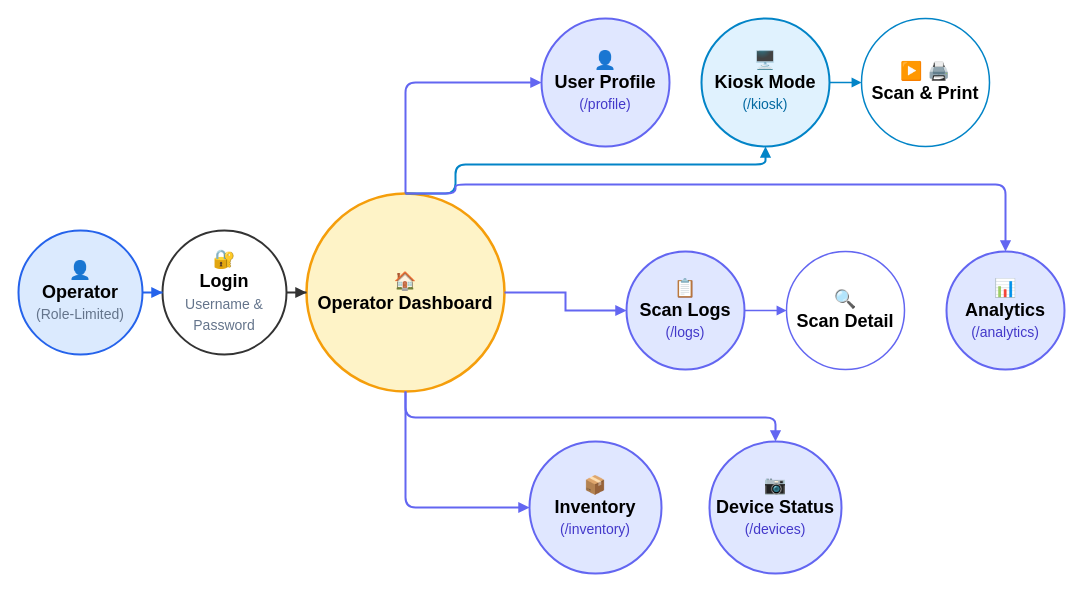
The draw.io diagram docs/bananavision-docs/docs/workflows/workflow_operator.drawio in BlackShark404/BananaVision, before the edit. Source tidied: cells renumbered, new cells numbered last; positions are measured from the earlier drawing's top-left corner, leaving out a move shared by most shapes. Both pictures are drawn from the tidied source at 100%, with x=0, y=0 at pixel (18, 18).
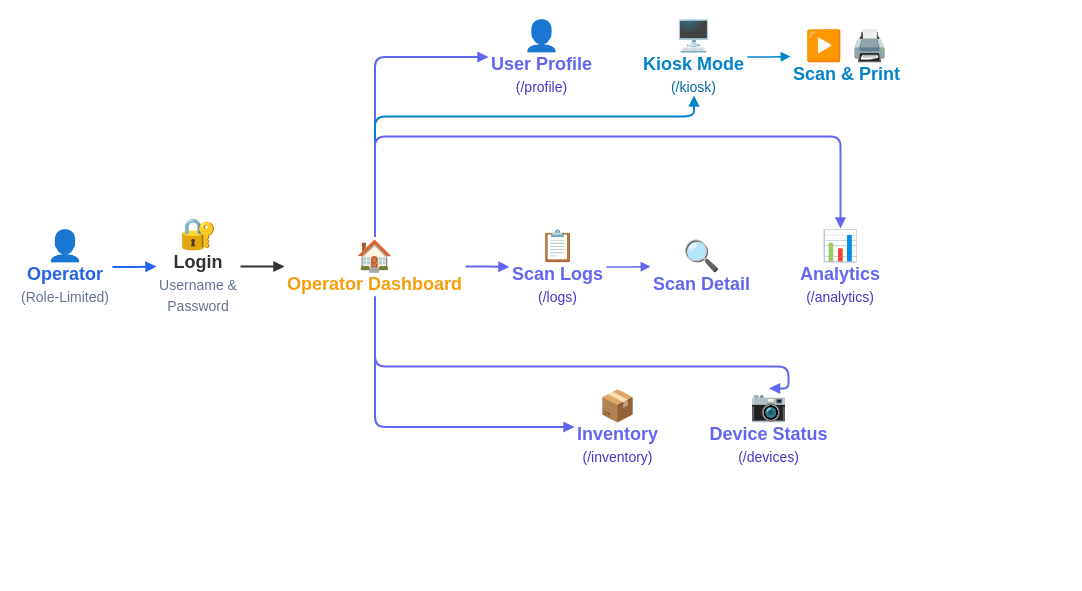
After the change.

Commit message (it also covers changes not shown here):
refactor: update workflow drawio diagrams and development decisions documentation

The edit, as a diff of the source:
```diff
@@
-    <mxCell id="2" value="👤&lt;br&gt;&lt;b&gt;Operator&lt;/b&gt;&lt;br&gt;&lt;font color=&quot;#64748b&quot; style=&quot;font-size: 14px;&quot;&gt;(Role-Limited)&lt;/font&gt;" style="ellipse;whiteSpace=wrap;html=1;fillColor=#dbeafe;strokeColor=#2563eb;strokeWidth=2;fontSize=18;spacing=2;" parent="1" vertex="1">
-      <mxGeometry y="212" width="124" height="124" as="geometry" />
+    <mxCell id="2" value="&lt;font style=&quot;font-size: 30px;&quot;&gt;👤&lt;/font&gt;&lt;br&gt;&lt;b&gt;Operator&lt;/b&gt;&lt;br&gt;&lt;font color=&quot;#64748b&quot; style=&quot;font-size: 14px;&quot;&gt;(Role-Limited)&lt;/font&gt;" style="text;html=1;align=center;verticalAlign=middle;whiteSpace=wrap;rounded=0;fontSize=18;fontColor=#2563eb;" parent="1" vertex="1">
+      <mxGeometry y="210" width="94" height="77" as="geometry" />
     </mxCell>
-    <mxCell id="3" value="🔐&lt;br&gt;&lt;b&gt;Login&lt;/b&gt;&lt;br&gt;&lt;font color=&quot;#64748b&quot; style=&quot;font-size: 14px;&quot;&gt;Username &amp;amp;&lt;br&gt;Password&lt;/font&gt;" style="ellipse;whiteSpace=wrap;html=1;fillColor=#ffffff;strokeColor=#333333;strokeWidth=2;fontSize=18;spacing=2;" parent="1" vertex="1">
-      <mxGeometry x="144" y="212" width="124" height="124" as="geometry" />
+    <mxCell id="3" value="&lt;font style=&quot;font-size: 30px;&quot;&gt;🔐&lt;/font&gt;&lt;br&gt;&lt;b&gt;Login&lt;/b&gt;&lt;br&gt;&lt;font color=&quot;#64748b&quot; style=&quot;font-size: 14px;&quot;&gt;Username &amp;amp;&lt;br&gt;Password&lt;/font&gt;" style="text;html=1;align=center;verticalAlign=middle;whiteSpace=wrap;rounded=0;fontSize=18;fontColor=#333333;" parent="1" vertex="1">
+      <mxGeometry x="138" y="199" width="84" height="98" as="geometry" />
     </mxCell>
-    <mxCell id="4" value="🏠&lt;br&gt;&lt;b&gt;Operator Dashboard&lt;/b&gt;" style="ellipse;whiteSpace=wrap;html=1;fillColor=#fef3c7;strokeColor=#f59e0b;strokeWidth=2.5;fontSize=18;spacing=3;" parent="1" vertex="1">
-      <mxGeometry x="288" y="175" width="198" height="198" as="geometry" />
+    <mxCell id="4" value="&lt;font style=&quot;font-size: 30px;&quot;&gt;🏠&lt;/font&gt;&lt;br&gt;&lt;b&gt;Operator Dashboard&lt;/b&gt;" style="text;html=1;align=center;verticalAlign=middle;whiteSpace=wrap;rounded=0;fontSize=18;fontColor=#f59e0b;" parent="1" vertex="1">
+      <mxGeometry x="266" y="218" width="181" height="60" as="geometry" />
     </mxCell>
-    <mxCell id="5" value="👤&lt;br&gt;&lt;b&gt;User Profile&lt;/b&gt;&lt;br&gt;&lt;font color=&quot;#4338ca&quot; style=&quot;font-size: 14px;&quot;&gt;(/profile)&lt;/font&gt;" style="ellipse;whiteSpace=wrap;html=1;fillColor=#e0e7ff;strokeColor=#6366f1;strokeWidth=2;fontSize=18;spacing=3;" parent="1" vertex="1">
-      <mxGeometry x="523" width="128" height="128" as="geometry" />
+    <mxCell id="5" value="&lt;font style=&quot;font-size: 30px;&quot;&gt;👤&lt;/font&gt;&lt;br&gt;&lt;b&gt;User Profile&lt;/b&gt;&lt;br&gt;&lt;font color=&quot;#4338ca&quot; style=&quot;font-size: 14px;&quot;&gt;(/profile)&lt;/font&gt;" style="text;html=1;align=center;verticalAlign=middle;whiteSpace=wrap;rounded=0;fontSize=18;fontColor=#6366f1;" parent="1" vertex="1">
+      <mxGeometry x="470" width="107" height="77" as="geometry" />
     </mxCell>
-    <mxCell id="6" value="🖥️&lt;br&gt;&lt;b&gt;Kiosk Mode&lt;/b&gt;&lt;br&gt;&lt;font color=&quot;#0369a1&quot; style=&quot;font-size: 14px;&quot;&gt;(/kiosk)&lt;/font&gt;" style="ellipse;whiteSpace=wrap;html=1;fillColor=#e0f2fe;strokeColor=#0284c7;strokeWidth=2;fontSize=18;spacing=3;" parent="1" vertex="1">
-      <mxGeometry x="683" width="128" height="128" as="geometry" />
+    <mxCell id="6" value="&lt;font style=&quot;font-size: 30px;&quot;&gt;🖥️&lt;/font&gt;&lt;br&gt;&lt;b&gt;Kiosk Mode&lt;/b&gt;&lt;br&gt;&lt;font color=&quot;#0369a1&quot; style=&quot;font-size: 14px;&quot;&gt;(/kiosk)&lt;/font&gt;" style="text;html=1;align=center;verticalAlign=middle;whiteSpace=wrap;rounded=0;fontSize=18;fontColor=#0284c7;" parent="1" vertex="1">
+      <mxGeometry x="622" width="107" height="77" as="geometry" />
     </mxCell>
-    <mxCell id="7" value="▶️ 🖨️&lt;br&gt;&lt;b&gt;Scan &amp;amp; Print&lt;/b&gt;" style="ellipse;whiteSpace=wrap;html=1;fillColor=#ffffff;strokeColor=#0284c7;strokeWidth=1.5;fontSize=18;spacing=2;" parent="1" vertex="1">
-      <mxGeometry x="843" width="128" height="128" as="geometry" />
+    <mxCell id="7" value="&lt;font style=&quot;font-size: 30px;&quot;&gt;▶️ 🖨️&lt;/font&gt;&lt;br&gt;&lt;b&gt;Scan &amp;amp; Print&lt;/b&gt;" style="text;html=1;align=center;verticalAlign=middle;whiteSpace=wrap;rounded=0;fontSize=18;fontColor=#0284c7;" parent="1" vertex="1">
+      <mxGeometry x="772" y="8" width="113" height="60" as="geometry" />
     </mxCell>
-    <mxCell id="8" value="📋&lt;br&gt;&lt;b&gt;Scan Logs&lt;/b&gt;&lt;br&gt;&lt;font color=&quot;#4338ca&quot; style=&quot;font-size: 14px;&quot;&gt;(/logs)&lt;/font&gt;" style="ellipse;whiteSpace=wrap;html=1;fillColor=#e0e7ff;strokeColor=#6366f1;strokeWidth=2;fontSize=18;spacing=3;" parent="1" vertex="1">
-      <mxGeometry x="608" y="233" width="118" height="118" as="geometry" />
+    <mxCell id="8" value="&lt;font style=&quot;font-size: 30px;&quot;&gt;📋&lt;/font&gt;&lt;br&gt;&lt;b&gt;Scan Logs&lt;/b&gt;&lt;br&gt;&lt;font color=&quot;#4338ca&quot; style=&quot;font-size: 14px;&quot;&gt;(/logs)&lt;/font&gt;" style="text;html=1;align=center;verticalAlign=middle;whiteSpace=wrap;rounded=0;fontSize=18;fontColor=#6366f1;" parent="1" vertex="1">
+      <mxGeometry x="491" y="210" width="97" height="77" as="geometry" />
     </mxCell>
-    <mxCell id="9" value="🔍&lt;br&gt;&lt;b&gt;Scan Detail&lt;/b&gt;" style="ellipse;whiteSpace=wrap;html=1;fillColor=#ffffff;strokeColor=#6366f1;strokeWidth=1.5;fontSize=18;spacing=2;" parent="1" vertex="1">
-      <mxGeometry x="768" y="233" width="118" height="118" as="geometry" />
+    <mxCell id="9" value="&lt;font style=&quot;font-size: 30px;&quot;&gt;🔍&lt;/font&gt;&lt;br&gt;&lt;b&gt;Scan Detail&lt;/b&gt;" style="text;html=1;align=center;verticalAlign=middle;whiteSpace=wrap;rounded=0;fontSize=18;fontColor=#6366f1;" parent="1" vertex="1">
+      <mxGeometry x="632" y="218" width="103" height="60" as="geometry" />
     </mxCell>
-    <mxCell id="10" value="📊&lt;br&gt;&lt;b&gt;Analytics&lt;/b&gt;&lt;br&gt;&lt;font color=&quot;#4338ca&quot; style=&quot;font-size: 14px;&quot;&gt;(/analytics)&lt;/font&gt;" style="ellipse;whiteSpace=wrap;html=1;fillColor=#e0e7ff;strokeColor=#6366f1;strokeWidth=2;fontSize=18;spacing=3;" parent="1" vertex="1">
-      <mxGeometry x="928" y="233" width="118" height="118" as="geometry" />
+    <mxCell id="10" value="&lt;font style=&quot;font-size: 30px;&quot;&gt;📊&lt;/font&gt;&lt;br&gt;&lt;b&gt;Analytics&lt;/b&gt;&lt;br&gt;&lt;font color=&quot;#4338ca&quot; style=&quot;font-size: 14px;&quot;&gt;(/analytics)&lt;/font&gt;" style="text;html=1;align=center;verticalAlign=middle;whiteSpace=wrap;rounded=0;fontSize=18;fontColor=#6366f1;" parent="1" vertex="1">
+      <mxGeometry x="779" y="210" width="86" height="77" as="geometry" />
     </mxCell>
-    <mxCell id="11" value="📦&lt;br&gt;&lt;b&gt;Inventory&lt;/b&gt;&lt;br&gt;&lt;font color=&quot;#4338ca&quot; style=&quot;font-size: 14px;&quot;&gt;(/inventory)&lt;/font&gt;" style="ellipse;whiteSpace=wrap;html=1;fillColor=#e0e7ff;strokeColor=#6366f1;strokeWidth=2;fontSize=18;spacing=3;" parent="1" vertex="1">
-      <mxGeometry x="511" y="423" width="132" height="132" as="geometry" />
+    <mxCell id="11" value="&lt;font style=&quot;font-size: 30px;&quot;&gt;📦&lt;/font&gt;&lt;br&gt;&lt;b&gt;Inventory&lt;/b&gt;&lt;br&gt;&lt;font color=&quot;#4338ca&quot; style=&quot;font-size: 14px;&quot;&gt;(/inventory)&lt;/font&gt;" style="text;html=1;align=center;verticalAlign=middle;whiteSpace=wrap;rounded=0;fontSize=18;fontColor=#6366f1;" parent="1" vertex="1">
+      <mxGeometry x="556" y="370" width="87" height="77" as="geometry" />
     </mxCell>
-    <mxCell id="12" value="📷&lt;br&gt;&lt;b&gt;Device Status&lt;/b&gt;&lt;br&gt;&lt;font color=&quot;#4338ca&quot; style=&quot;font-size: 14px;&quot;&gt;(/devices)&lt;/font&gt;" style="ellipse;whiteSpace=wrap;html=1;fillColor=#e0e7ff;strokeColor=#6366f1;strokeWidth=2;fontSize=18;spacing=3;" parent="1" vertex="1">
-      <mxGeometry x="691" y="423" width="132" height="132" as="geometry" />
+    <mxCell id="12" value="&lt;font style=&quot;font-size: 30px;&quot;&gt;📷&lt;/font&gt;&lt;br&gt;&lt;b&gt;Device Status&lt;/b&gt;&lt;br&gt;&lt;font color=&quot;#4338ca&quot; style=&quot;font-size: 14px;&quot;&gt;(/devices)&lt;/font&gt;" style="text;html=1;align=center;verticalAlign=middle;whiteSpace=wrap;rounded=0;fontSize=18;fontColor=#6366f1;" parent="1" vertex="1">
+      <mxGeometry x="688" y="370" width="125" height="77" as="geometry" />
     </mxCell>
-    <mxCell id="13" style="edgeStyle=orthogonalEdgeStyle;rounded=0;jettySize=auto;html=1;strokeWidth=2;strokeColor=#2563eb;endArrow=block;endFill=1;" parent="1" edge="1" source="2" target="3">
+    <mxCell id="13" style="edgeStyle=orthogonalEdgeStyle;rounded=0;jettySize=auto;html=1;strokeWidth=2;strokeColor=#2563eb;endArrow=block;endFill=1;exitX=1;exitY=0.5;entryX=0;entryY=0.5;" parent="1" edge="1" source="2" target="3">
       <mxGeometry relative="1" as="geometry" />
     </mxCell>
-    <mxCell id="14" style="edgeStyle=orthogonalEdgeStyle;rounded=0;jettySize=auto;html=1;strokeWidth=2;strokeColor=#333333;endArrow=block;endFill=1;" parent="1" edge="1" source="3" target="4">
+    <mxCell id="14" style="edgeStyle=orthogonalEdgeStyle;rounded=0;jettySize=auto;html=1;strokeWidth=2;strokeColor=#333333;endArrow=block;endFill=1;exitX=1;exitY=0.5;entryX=0;entryY=0.5;" parent="1" edge="1" source="3" target="4">
       <mxGeometry relative="1" as="geometry" />
     </mxCell>
     <mxCell id="15" style="edgeStyle=orthogonalEdgeStyle;rounded=1;jettySize=auto;html=1;strokeWidth=2;strokeColor=#6366f1;endArrow=block;endFill=1;exitX=0.5;exitY=0;entryX=0;entryY=0.5;" parent="1" edge="1" source="4" target="5">
       <mxGeometry relative="1" as="geometry">
         <Array as="points">
-          <mxPoint x="387" y="64" />
+          <mxPoint x="356.5" y="38" />
         </Array>
       </mxGeometry>
     </mxCell>
     <mxCell id="16" style="edgeStyle=orthogonalEdgeStyle;rounded=1;jettySize=auto;html=1;strokeWidth=2;strokeColor=#0284c7;endArrow=block;endFill=1;exitX=0.5;exitY=0;entryX=0.5;entryY=1;" parent="1" edge="1" source="4" target="6">
       <mxGeometry relative="1" as="geometry">
         <Array as="points">
-          <mxPoint x="437" y="146" />
-          <mxPoint x="747" y="146" />
+          <mxPoint x="356.5" y="98" />
+          <mxPoint x="675" y="98" />
         </Array>
       </mxGeometry>
     </mxCell>
-    <mxCell id="17" style="edgeStyle=orthogonalEdgeStyle;rounded=0;jettySize=auto;html=1;strokeWidth=1.5;strokeColor=#0284c7;endArrow=block;endFill=1;" parent="1" edge="1" source="6" target="7">
+    <mxCell id="17" style="edgeStyle=orthogonalEdgeStyle;rounded=0;jettySize=auto;html=1;strokeWidth=1.5;strokeColor=#0284c7;endArrow=block;endFill=1;exitX=1;exitY=0.5;entryX=0;entryY=0.5;" parent="1" edge="1" source="6" target="7">
       <mxGeometry relative="1" as="geometry" />
     </mxCell>
-    <mxCell id="18" style="edgeStyle=orthogonalEdgeStyle;rounded=0;jettySize=auto;html=1;strokeWidth=2;strokeColor=#6366f1;endArrow=block;endFill=1;" parent="1" edge="1" source="4" target="8">
+    <mxCell id="18" style="edgeStyle=orthogonalEdgeStyle;rounded=0;jettySize=auto;html=1;strokeWidth=2;strokeColor=#6366f1;endArrow=block;endFill=1;exitX=1;exitY=0.5;entryX=0;entryY=0.5;" parent="1" edge="1" source="4" target="8">
       <mxGeometry relative="1" as="geometry" />
     </mxCell>
-    <mxCell id="19" style="edgeStyle=orthogonalEdgeStyle;rounded=0;jettySize=auto;html=1;strokeWidth=1.5;strokeColor=#6366f1;endArrow=block;endFill=1;" parent="1" edge="1" source="8" target="9">
+    <mxCell id="19" style="edgeStyle=orthogonalEdgeStyle;rounded=0;jettySize=auto;html=1;strokeWidth=1.5;strokeColor=#6366f1;endArrow=block;endFill=1;exitX=1;exitY=0.5;entryX=0;entryY=0.5;" parent="1" edge="1" source="8" target="9">
       <mxGeometry relative="1" as="geometry" />
     </mxCell>
     <mxCell id="20" style="edgeStyle=orthogonalEdgeStyle;rounded=1;jettySize=auto;html=1;strokeWidth=2;strokeColor=#6366f1;endArrow=block;endFill=1;entryX=0.5;entryY=0;entryDx=0;entryDy=0;exitX=0.5;exitY=0;" parent="1" edge="1" source="4" target="10">
       <mxGeometry relative="1" as="geometry">
         <Array as="points">
-          <mxPoint x="437" y="166" />
-          <mxPoint x="987" y="166" />
+          <mxPoint x="356.5" y="118" />
+          <mxPoint x="822" y="118" />
         </Array>
       </mxGeometry>
     </mxCell>
     <mxCell id="21" style="edgeStyle=orthogonalEdgeStyle;rounded=1;jettySize=auto;html=1;strokeWidth=2;strokeColor=#6366f1;endArrow=block;endFill=1;exitX=0.5;exitY=1;entryX=0;entryY=0.5;" parent="1" edge="1" source="4" target="11">
       <mxGeometry relative="1" as="geometry">
         <Array as="points">
-          <mxPoint x="387" y="489" />
+          <mxPoint x="356.5" y="408" />
         </Array>
       </mxGeometry>
     </mxCell>
     <mxCell id="22" style="edgeStyle=orthogonalEdgeStyle;rounded=1;jettySize=auto;html=1;strokeWidth=2;strokeColor=#6366f1;endArrow=block;endFill=1;exitX=0.5;exitY=1;entryX=0.5;entryY=0;" parent="1" edge="1" source="4" target="12">
       <mxGeometry relative="1" as="geometry">
         <Array as="points">
-          <mxPoint x="387" y="399" />
-          <mxPoint x="757" y="399" />
+          <mxPoint x="356.5" y="348" />
+          <mxPoint x="770" y="348" />
         </Array>
       </mxGeometry>
     </mxCell>
```
